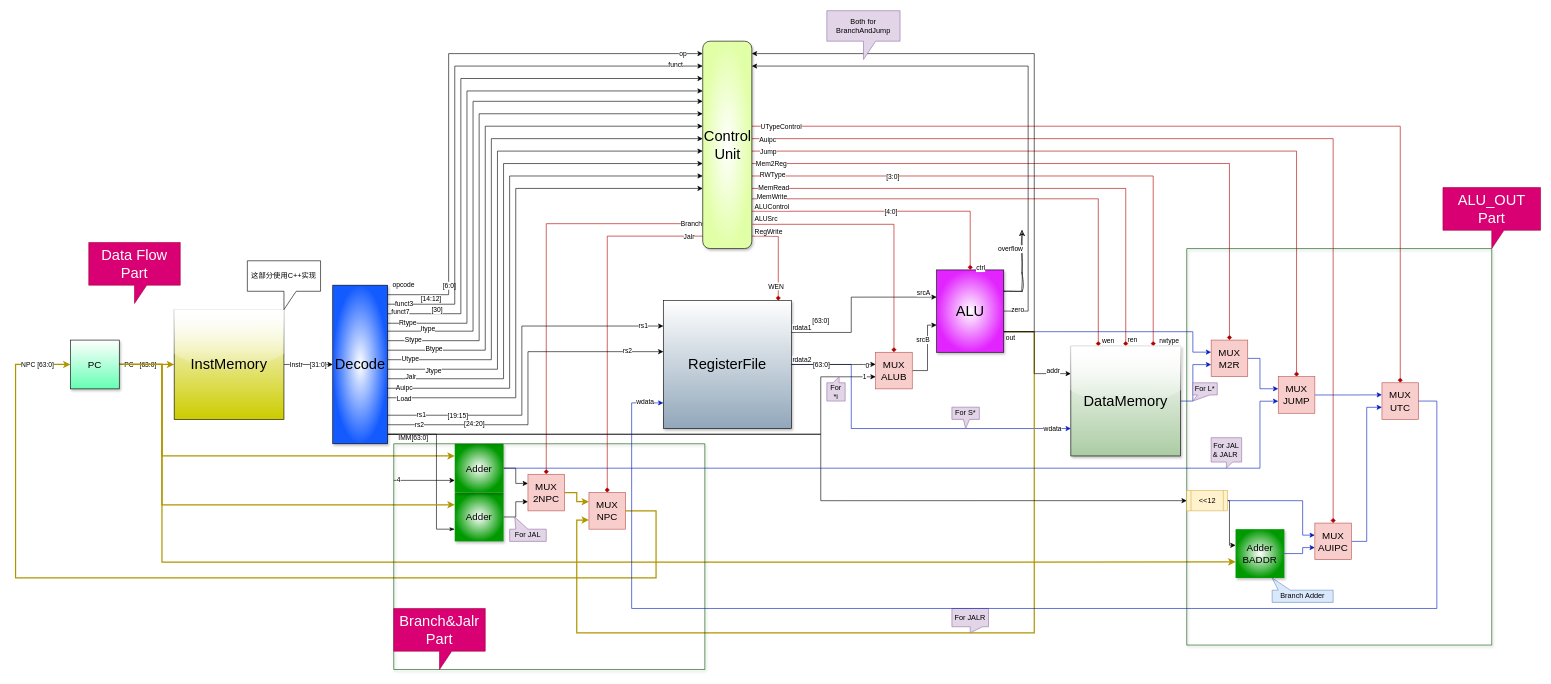
Before: 未命名绘图.drawio in inchinaxiaofeng/GameOff2022, a draw.io diagram. Source tidied: cells renumbered, new cells numbered last; positions are measured from the earlier drawing's top-left corner, leaving out a move shared by most shapes. Both pictures are drawn from the tidied source at 61%, with x=0, y=0 at pixel (15, 10).
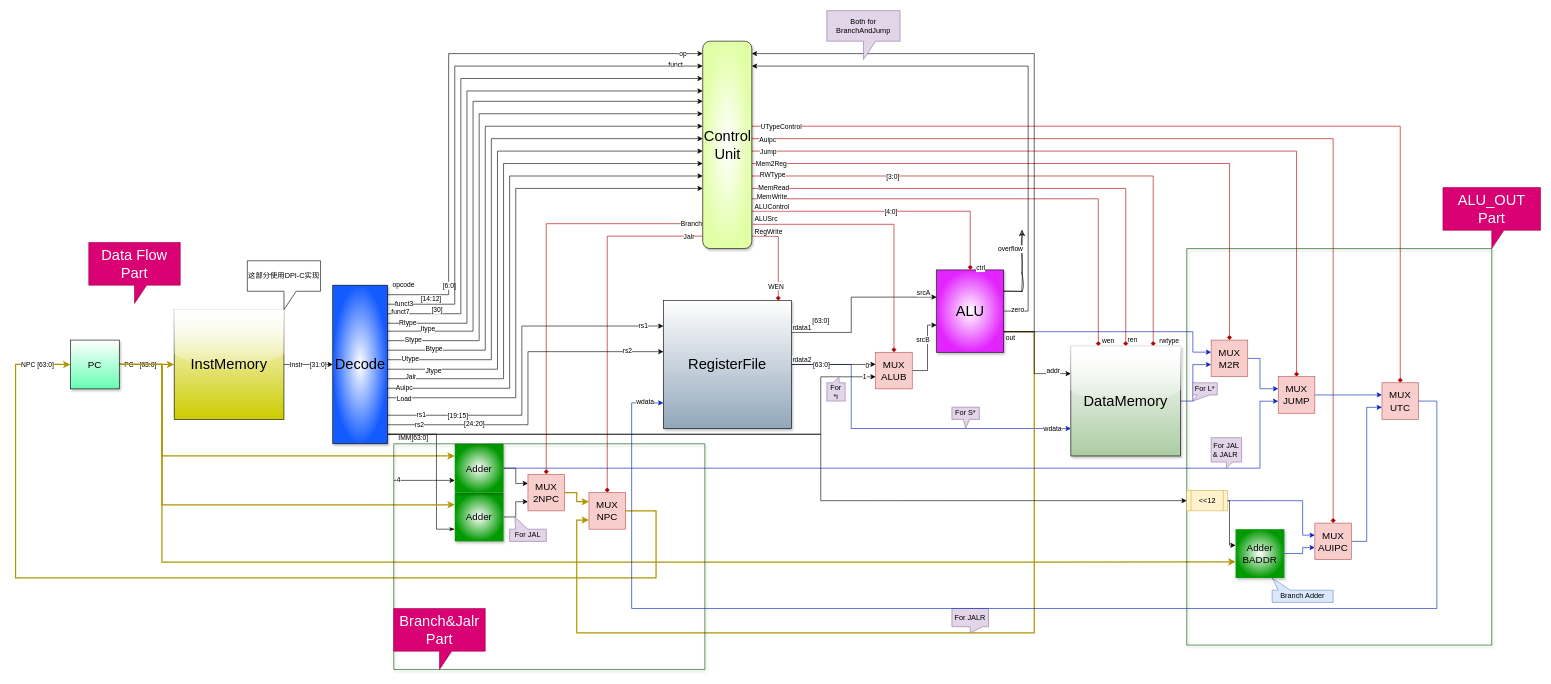
After the change.

Commit message:
更新未命名绘图.drawio

Change to the diagram source:
```diff
@@
-    <mxCell id="104" value="这部分使用C++实现" style="shape=callout;whiteSpace=wrap;html=1;perimeter=calloutPerimeter;" parent="1" vertex="1">
+    <mxCell id="104" value="这部分使用DPI-C实现" style="shape=callout;whiteSpace=wrap;html=1;perimeter=calloutPerimeter;" parent="1" vertex="1">
       <mxGeometry x="380" y="410" width="120" height="80" as="geometry" />
     </mxCell>
```
